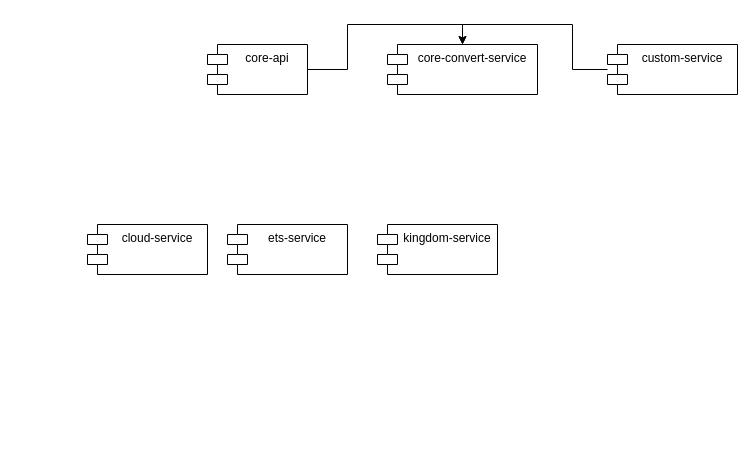
Before: Untitled Diagram.drawio in ammengke/my-drawio, a draw.io diagram. Source tidied: cells renumbered, new cells numbered last; positions are measured from the earlier drawing's top-left corner, leaving out a move shared by most shapes. Both pictures are drawn from the tidied source at 100%, with x=0, y=0 at pixel (87, 44).
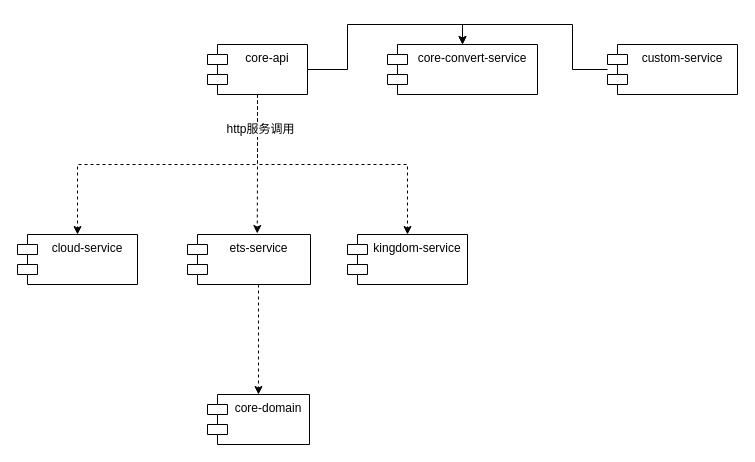
After the change.

What changed in the source:
```diff
@@
 <mxGraphModel>
   <root>
     <mxCell id="0" />
     <mxCell id="1" parent="0" />
     <mxCell id="2" style="edgeStyle=orthogonalEdgeStyle;rounded=0;jettySize=auto;html=1;entryX=0.5;entryY=0;entryDx=0;entryDy=0;" parent="1" edge="1" source="3" target="7">
       <mxGeometry relative="1" as="geometry" />
     </mxCell>
+    <mxCell id="10" style="edgeStyle=orthogonalEdgeStyle;rounded=0;jettySize=auto;html=1;entryX=0.567;entryY=-0.02;entryDx=0;entryDy=0;entryPerimeter=0;dashed=1;" parent="1" edge="1" source="3" target="4">
+      <mxGeometry relative="1" as="geometry" />
+    </mxCell>
+    <mxCell id="11" style="edgeStyle=orthogonalEdgeStyle;rounded=0;jettySize=auto;html=1;entryX=0.5;entryY=0;entryDx=0;entryDy=0;dashed=1;" parent="1" edge="1" source="3" target="6">
+      <mxGeometry relative="1" as="geometry">
+        <Array as="points">
+          <mxPoint x="170" y="120" />
+          <mxPoint x="320" y="120" />
+        </Array>
+      </mxGeometry>
+    </mxCell>
+    <mxCell id="12" style="edgeStyle=orthogonalEdgeStyle;rounded=0;jettySize=auto;html=1;dashed=1;" parent="1" edge="1" source="3" target="5">
+      <mxGeometry relative="1" as="geometry">
+        <Array as="points">
+          <mxPoint x="170" y="120" />
+          <mxPoint x="-10" y="120" />
+        </Array>
+      </mxGeometry>
+    </mxCell>
+    <mxCell id="13" value="http服务调用" style="text;html=1;align=center;verticalAlign=middle;labelBackgroundColor=#ffffff;" parent="12" vertex="1">
+      <mxGeometry x="-0.79" y="2" relative="1" as="geometry" />
+    </mxCell>
     <mxCell id="3" value="core-api" style="shape=module;align=left;spacingLeft=20;align=center;verticalAlign=top;" parent="1" vertex="1">
       <mxGeometry x="120" width="100" height="50" as="geometry" />
     </mxCell>
+    <mxCell id="14" style="edgeStyle=orthogonalEdgeStyle;rounded=0;jettySize=auto;html=1;dashed=1;exitX=0.577;exitY=1;exitDx=0;exitDy=0;exitPerimeter=0;" parent="1" edge="1" source="4" target="15">
+      <mxGeometry relative="1" as="geometry" />
+    </mxCell>
     <mxCell id="4" value="ets-service" style="shape=module;align=left;spacingLeft=20;align=center;verticalAlign=top;" parent="1" vertex="1">
-      <mxGeometry x="140" y="180" width="120" height="50" as="geometry" />
+      <mxGeometry x="100" y="190" width="123" height="50" as="geometry" />
     </mxCell>
     <mxCell id="5" value="cloud-service" style="shape=module;align=left;spacingLeft=20;align=center;verticalAlign=top;" parent="1" vertex="1">
-      <mxGeometry y="180" width="120" height="50" as="geometry" />
+      <mxGeometry x="-70" y="190" width="120" height="50" as="geometry" />
     </mxCell>
     <mxCell id="6" value="kingdom-service" style="shape=module;align=left;spacingLeft=20;align=center;verticalAlign=top;" parent="1" vertex="1">
-      <mxGeometry x="290" y="180" width="120" height="50" as="geometry" />
+      <mxGeometry x="260" y="190" width="120" height="50" as="geometry" />
     </mxCell>
     <mxCell id="7" value="core-convert-service" style="shape=module;align=left;spacingLeft=20;align=center;verticalAlign=top;" parent="1" vertex="1">
       <mxGeometry x="300" width="150" height="50" as="geometry" />
     </mxCell>
     <mxCell id="8" style="edgeStyle=orthogonalEdgeStyle;rounded=0;jettySize=auto;html=1;entryX=0.5;entryY=0;entryDx=0;entryDy=0;" parent="1" edge="1" source="9" target="7">
       <mxGeometry relative="1" as="geometry" />
     </mxCell>
     <mxCell id="9" value="custom-service" style="shape=module;align=left;spacingLeft=20;align=center;verticalAlign=top;" parent="1" vertex="1">
       <mxGeometry x="520" width="130" height="50" as="geometry" />
     </mxCell>
+    <mxCell id="15" value="core-domain" style="shape=module;align=left;spacingLeft=20;align=center;verticalAlign=top;" parent="1" vertex="1">
+      <mxGeometry x="120" y="350" width="102" height="50" as="geometry" />
+    </mxCell>
   </root>
 </mxGraphModel>
```
